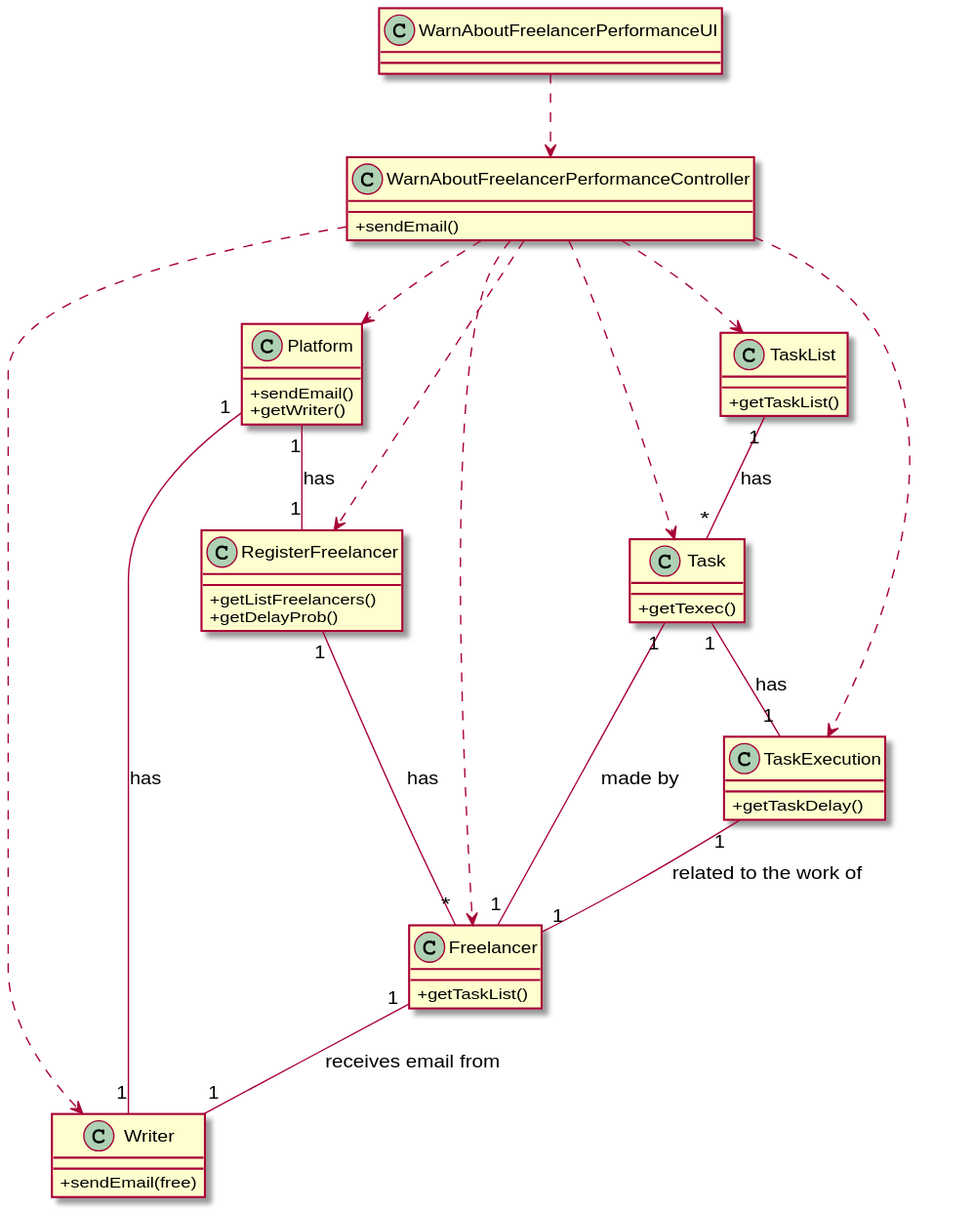
Earlier version of the PlantUML export docs/UC11_WarnFreelancersAboutPerformance/UC11_CD.svg (1190452/LAPR2). Source of this version:
```plantuml
@startuml
skinparam classAttributeIconSize 0

class WarnAboutFreelancerPerformanceUI{
}

class WarnAboutFreelancerPerformanceController{
    +sendEmail()
}

class Platform {
    +sendEmail()
    +getWriter()
}

class RegisterFreelancer {
    +getListFreelancers()
    +getDelayProb()
}

class Freelancer{
    +getTaskList()
}

class TaskList{
    +getTaskList()
}

class Task{
    +getTexec()
}

class TaskExecution{
    +getTaskDelay()
}

class Writer {
    +sendEmail(free)
}

WarnAboutFreelancerPerformanceUI ..> WarnAboutFreelancerPerformanceController

WarnAboutFreelancerPerformanceController ..> Platform
WarnAboutFreelancerPerformanceController ..> RegisterFreelancer
WarnAboutFreelancerPerformanceController ..> Freelancer
WarnAboutFreelancerPerformanceController ..> TaskList
WarnAboutFreelancerPerformanceController ..> Task
WarnAboutFreelancerPerformanceController ..> TaskExecution
WarnAboutFreelancerPerformanceController ..> Writer

Platform "1"-- "1" RegisterFreelancer: has
Platform "1"-- "1" Writer: has

RegisterFreelancer "1" --  "*" Freelancer: has

Task "1" -- "1" Freelancer: made by

Freelancer "1" -- "1" Writer: receives email from

TaskList "1" -- "*" Task: has

Task "1" -- "1" TaskExecution : has

TaskExecution "1" -- "1" Freelancer: related to the work of
@enduml
```
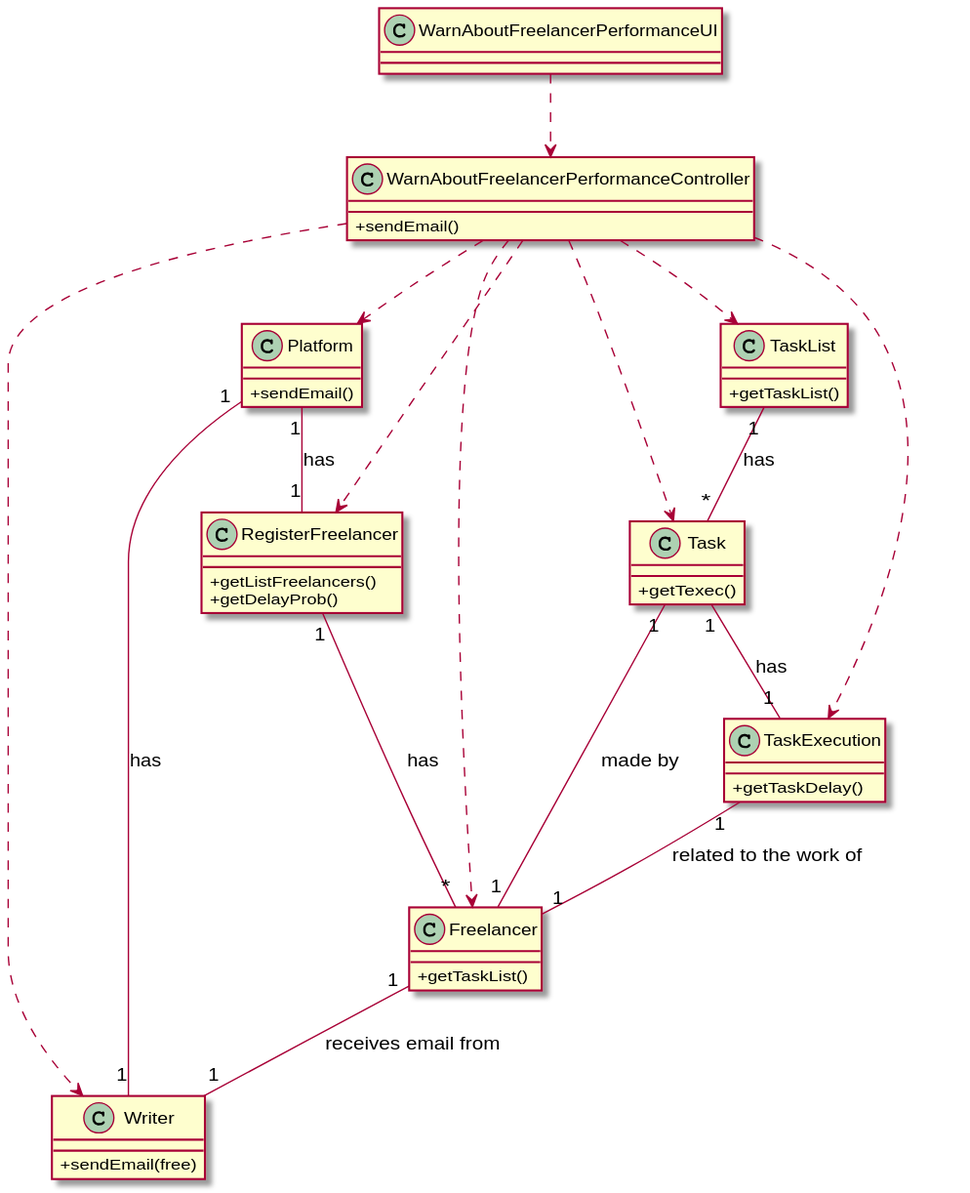
The same file after the commit.

What changed in the source:
```diff
@@ -10,7 +10,6 @@
 
 class Platform {
     +sendEmail()
-    +getWriter()
 }
 
 class RegisterFreelancer {
```
